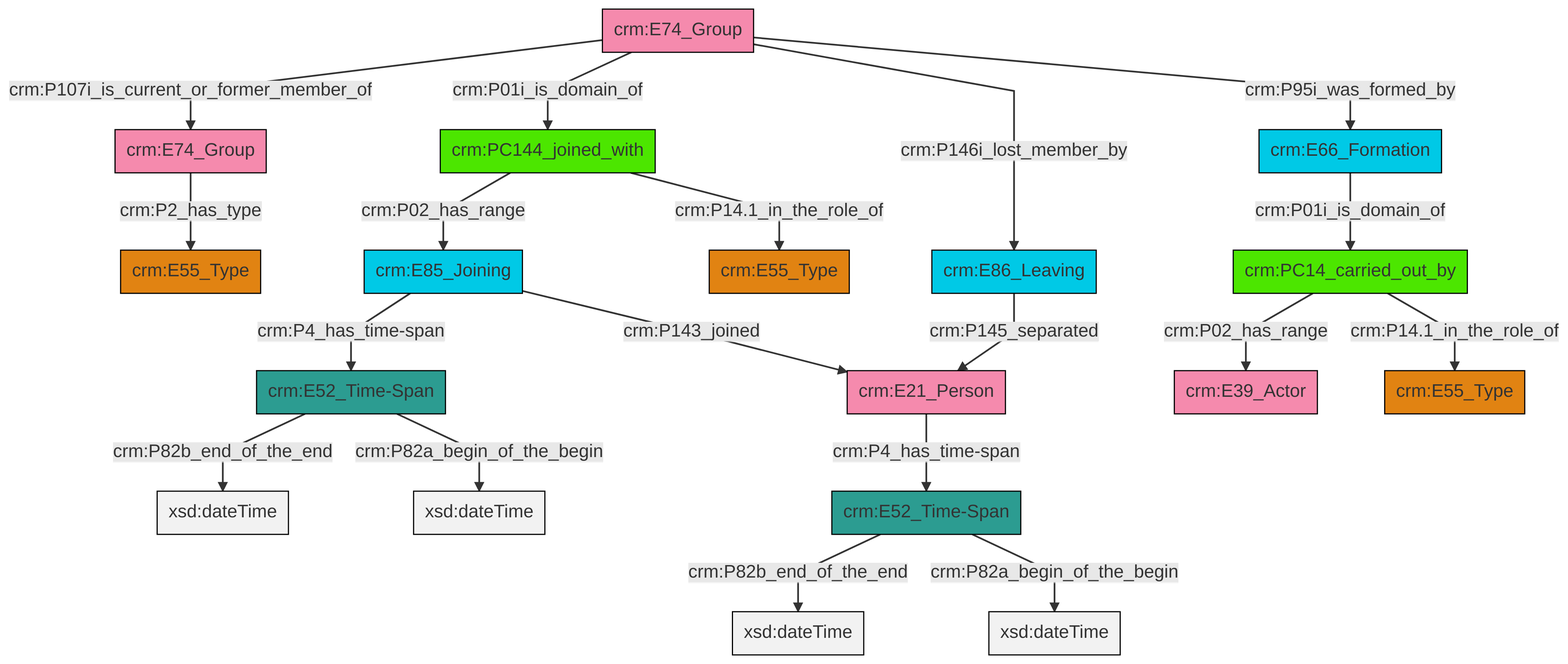
Earlier version of the Mermaid export et/groupCSV/ttl/mmd/png/group_actor_relations.png (swiss-art-research-net/docs.swissartresearch). Its source is kept beside it as et/groupCSV/ttl/mmd/group_actor_relations.ttl.mmd.
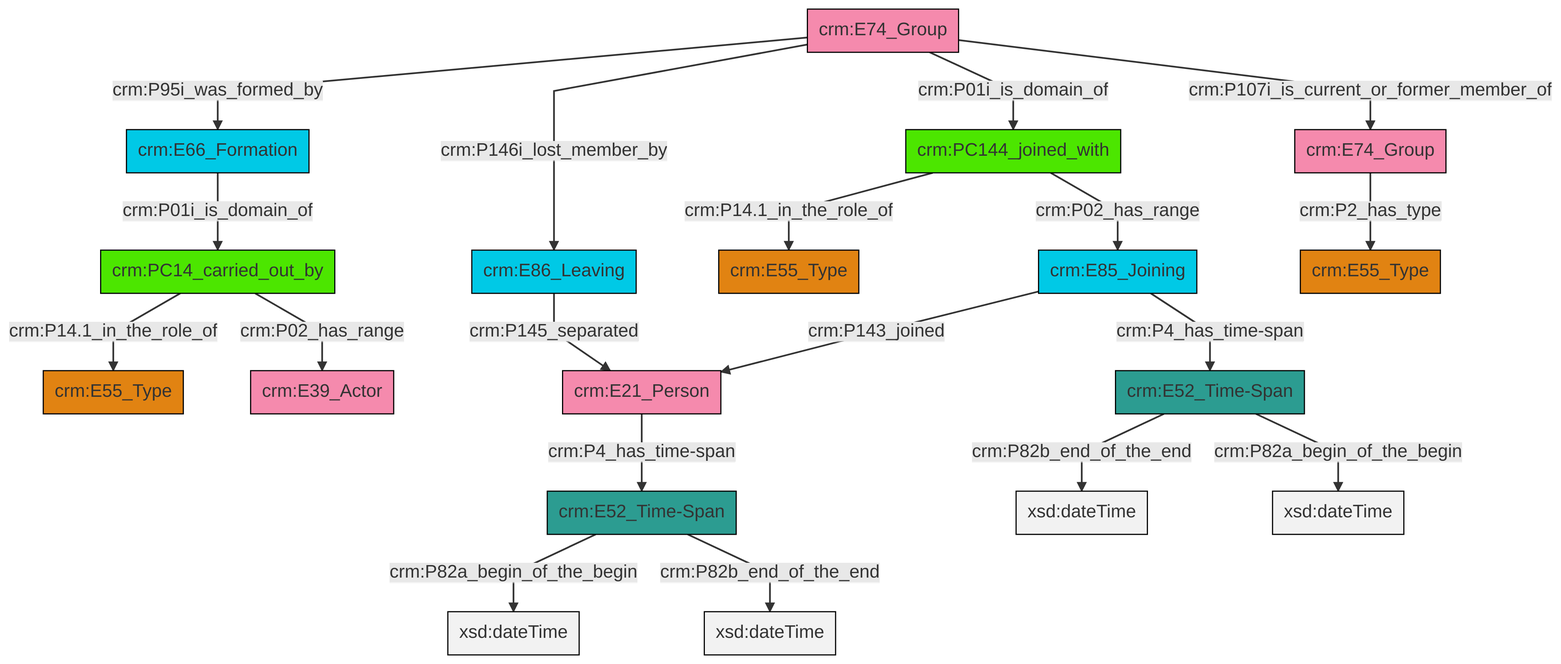
After the change.

What changed in the source:
```diff
@@ -13,21 +13,21 @@
 classDef PC_Classes fill:#4ce600, stroke:#000000;
 classDef Multi fill:#cccccc,stroke:#000000;
 
-0["crm:E66_Formation"]:::Temporal_Entity -->|crm:P01i_is_domain_of| 1["crm:PC14_carried_out_by"]:::PC_Classes
-2["crm:E74_Group"]:::Actor -->|crm:P2_has_type| 3["crm:E55_Type"]:::Type
-14["crm:E85_Joining"]:::Temporal_Entity -->|crm:P4_has_time-span| 12["crm:E52_Time-Span"]:::Time-Span
-4["crm:E74_Group"]:::Actor -->|crm:P107i_is_current_or_former_member_of| 2["crm:E74_Group"]:::Actor
-4["crm:E74_Group"]:::Actor -->|crm:P01i_is_domain_of| 15["crm:PC144_joined_with"]:::PC_Classes
-14["crm:E85_Joining"]:::Temporal_Entity -->|crm:P143_joined| 10["crm:E21_Person"]:::Actor
-15["crm:PC144_joined_with"]:::PC_Classes -->|crm:P02_has_range| 14["crm:E85_Joining"]:::Temporal_Entity
-8["crm:E52_Time-Span"]:::Time-Span -->|crm:P82b_end_of_the_end| 20[xsd:dateTime]:::Literal
-15["crm:PC144_joined_with"]:::PC_Classes -->|crm:P14.1_in_the_role_of| 21["crm:E55_Type"]:::Type
-1["crm:PC14_carried_out_by"]:::PC_Classes -->|crm:P02_has_range| 17["crm:E39_Actor"]:::Actor
-25["crm:E86_Leaving"]:::Temporal_Entity -->|crm:P145_separated| 10["crm:E21_Person"]:::Actor
-12["crm:E52_Time-Span"]:::Time-Span -->|crm:P82b_end_of_the_end| 26[xsd:dateTime]:::Literal
-1["crm:PC14_carried_out_by"]:::PC_Classes -->|crm:P14.1_in_the_role_of| 22["crm:E55_Type"]:::Type
-12["crm:E52_Time-Span"]:::Time-Span -->|crm:P82a_begin_of_the_begin| 28[xsd:dateTime]:::Literal
-4["crm:E74_Group"]:::Actor -->|crm:P146i_lost_member_by| 25["crm:E86_Leaving"]:::Temporal_Entity
-8["crm:E52_Time-Span"]:::Time-Span -->|crm:P82a_begin_of_the_begin| 33[xsd:dateTime]:::Literal
-4["crm:E74_Group"]:::Actor -->|crm:P95i_was_formed_by| 0["crm:E66_Formation"]:::Temporal_Entity
-10["crm:E21_Person"]:::Actor -->|crm:P4_has_time-span| 8["crm:E52_Time-Span"]:::Time-Span
+0["crm:E74_Group"]:::Actor -->|crm:P95i_was_formed_by| 1["crm:E66_Formation"]:::Temporal_Entity
+2["crm:E52_Time-Span"]:::Time-Span -->|crm:P82b_end_of_the_end| 3[xsd:dateTime]:::Literal
+11["crm:E85_Joining"]:::Temporal_Entity -->|crm:P143_joined| 12["crm:E21_Person"]:::Actor
+5["crm:PC14_carried_out_by"]:::PC_Classes -->|crm:P14.1_in_the_role_of| 13["crm:E55_Type"]:::Type
+14["crm:PC144_joined_with"]:::PC_Classes -->|crm:P14.1_in_the_role_of| 15["crm:E55_Type"]:::Type
+9["crm:E52_Time-Span"]:::Time-Span -->|crm:P82a_begin_of_the_begin| 17[xsd:dateTime]:::Literal
+1["crm:E66_Formation"]:::Temporal_Entity -->|crm:P01i_is_domain_of| 5["crm:PC14_carried_out_by"]:::PC_Classes
+25["crm:E86_Leaving"]:::Temporal_Entity -->|crm:P145_separated| 12["crm:E21_Person"]:::Actor
+12["crm:E21_Person"]:::Actor -->|crm:P4_has_time-span| 9["crm:E52_Time-Span"]:::Time-Span
+14["crm:PC144_joined_with"]:::PC_Classes -->|crm:P02_has_range| 11["crm:E85_Joining"]:::Temporal_Entity
+0["crm:E74_Group"]:::Actor -->|crm:P146i_lost_member_by| 25["crm:E86_Leaving"]:::Temporal_Entity
+0["crm:E74_Group"]:::Actor -->|crm:P01i_is_domain_of| 14["crm:PC144_joined_with"]:::PC_Classes
+7["crm:E74_Group"]:::Actor -->|crm:P2_has_type| 27["crm:E55_Type"]:::Type
+2["crm:E52_Time-Span"]:::Time-Span -->|crm:P82a_begin_of_the_begin| 30[xsd:dateTime]:::Literal
+5["crm:PC14_carried_out_by"]:::PC_Classes -->|crm:P02_has_range| 23["crm:E39_Actor"]:::Actor
+9["crm:E52_Time-Span"]:::Time-Span -->|crm:P82b_end_of_the_end| 33[xsd:dateTime]:::Literal
+11["crm:E85_Joining"]:::Temporal_Entity -->|crm:P4_has_time-span| 2["crm:E52_Time-Span"]:::Time-Span
+0["crm:E74_Group"]:::Actor -->|crm:P107i_is_current_or_former_member_of| 7["crm:E74_Group"]:::Actor
```
